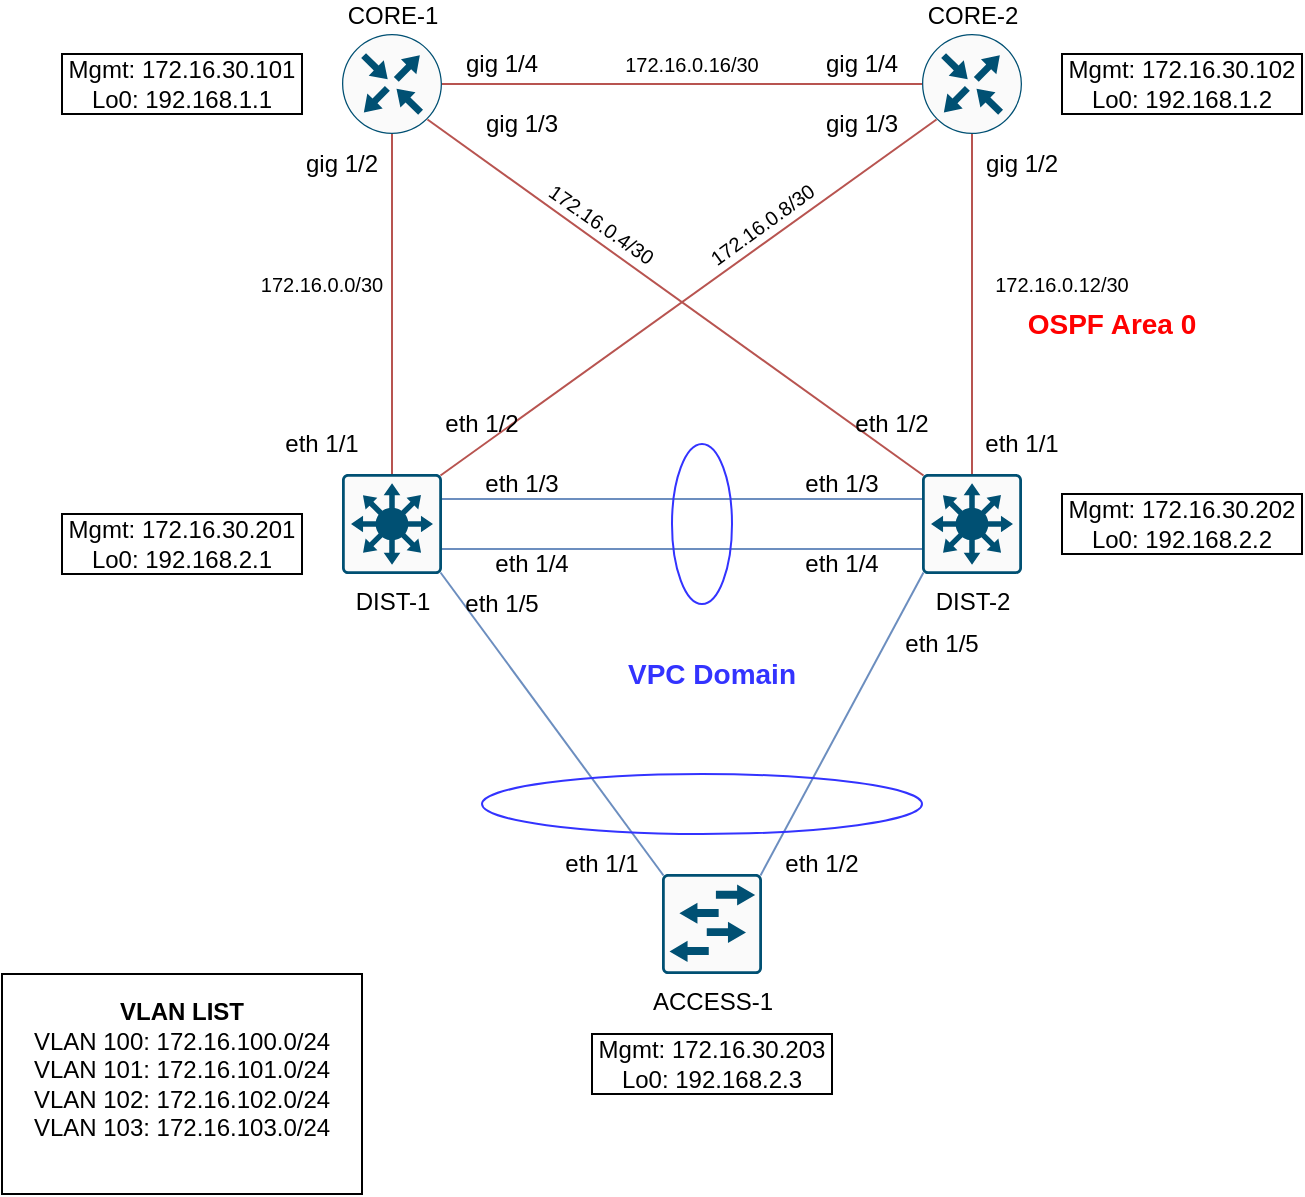
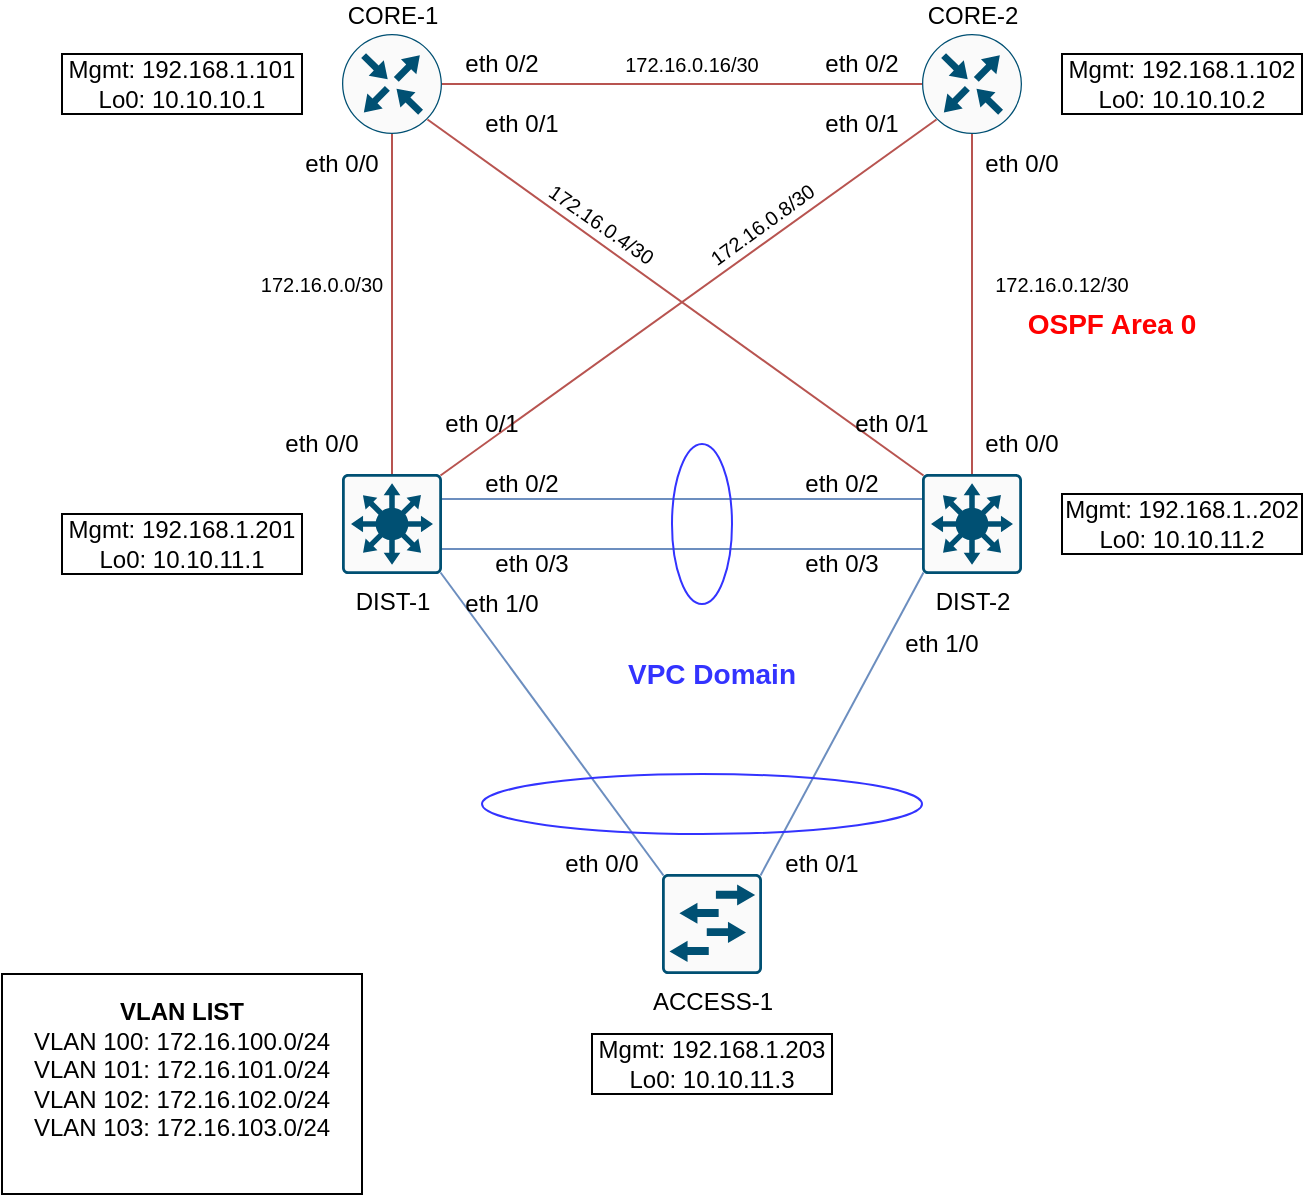
- <mxfile host="app.diagrams.net" agent="Mozilla/5.0 (Windows NT 10.0; Win64; x64) AppleWebKit/537.36 (KHTML, like Gecko) Chrome/130.0.0.0 Safari/537.36" version="24.8.4">
+ <mxfile host="app.diagrams.net" agent="Mozilla/5.0 (X11; Linux x86_64) AppleWebKit/537.36 (KHTML, like Gecko) Chrome/131.0.0.0 Safari/537.36" version="25.0.3">
  <diagram name="Page-1" id="4BYa5yZbGkvH9N0dBT2w">
-     <mxGraphModel dx="1024" dy="1421" grid="1" gridSize="10" guides="1" tooltips="1" connect="1" arrows="1" fold="1" page="1" pageScale="1" pageWidth="850" pageHeight="1100" math="0" shadow="0">
+     <mxGraphModel dx="941" dy="606" grid="1" gridSize="10" guides="1" tooltips="1" connect="1" arrows="1" fold="1" page="1" pageScale="1" pageWidth="850" pageHeight="1100" math="0" shadow="0">
      <root>
        <mxCell id="0" />
        <mxCell id="1" parent="0" />
-         <mxCell id="VgWjdltkXeW0QCdWLJUV-1" value="CORE-1" style="sketch=0;points=[[0.5,0,0],[1,0.5,0],[0.5,1,0],[0,0.5,0],[0.145,0.145,0],[0.8555,0.145,0],[0.855,0.8555,0],[0.145,0.855,0]];verticalLabelPosition=top;html=1;verticalAlign=bottom;aspect=fixed;align=center;pointerEvents=1;shape=mxgraph.cisco19.rect;prIcon=router;fillColor=#FAFAFA;strokeColor=#005073;labelPosition=center;" vertex="1" parent="1">
+         <mxCell id="VgWjdltkXeW0QCdWLJUV-1" value="CORE-1" style="sketch=0;points=[[0.5,0,0],[1,0.5,0],[0.5,1,0],[0,0.5,0],[0.145,0.145,0],[0.8555,0.145,0],[0.855,0.8555,0],[0.145,0.855,0]];verticalLabelPosition=top;html=1;verticalAlign=bottom;aspect=fixed;align=center;pointerEvents=1;shape=mxgraph.cisco19.rect;prIcon=router;fillColor=#FAFAFA;strokeColor=#005073;labelPosition=center;" parent="1" vertex="1">
          <mxGeometry x="230" y="230" width="50" height="50" as="geometry" />
        </mxCell>
-         <mxCell id="VgWjdltkXeW0QCdWLJUV-2" value="CORE-2" style="sketch=0;points=[[0.5,0,0],[1,0.5,0],[0.5,1,0],[0,0.5,0],[0.145,0.145,0],[0.8555,0.145,0],[0.855,0.8555,0],[0.145,0.855,0]];verticalLabelPosition=top;html=1;verticalAlign=bottom;aspect=fixed;align=center;pointerEvents=1;shape=mxgraph.cisco19.rect;prIcon=router;fillColor=#FAFAFA;strokeColor=#005073;labelPosition=center;" vertex="1" parent="1">
+         <mxCell id="VgWjdltkXeW0QCdWLJUV-2" value="CORE-2" style="sketch=0;points=[[0.5,0,0],[1,0.5,0],[0.5,1,0],[0,0.5,0],[0.145,0.145,0],[0.8555,0.145,0],[0.855,0.8555,0],[0.145,0.855,0]];verticalLabelPosition=top;html=1;verticalAlign=bottom;aspect=fixed;align=center;pointerEvents=1;shape=mxgraph.cisco19.rect;prIcon=router;fillColor=#FAFAFA;strokeColor=#005073;labelPosition=center;" parent="1" vertex="1">
          <mxGeometry x="520" y="230" width="50" height="50" as="geometry" />
        </mxCell>
-         <mxCell id="VgWjdltkXeW0QCdWLJUV-3" value="DIST-1" style="sketch=0;points=[[0.015,0.015,0],[0.985,0.015,0],[0.985,0.985,0],[0.015,0.985,0],[0.25,0,0],[0.5,0,0],[0.75,0,0],[1,0.25,0],[1,0.5,0],[1,0.75,0],[0.75,1,0],[0.5,1,0],[0.25,1,0],[0,0.75,0],[0,0.5,0],[0,0.25,0]];verticalLabelPosition=bottom;html=1;verticalAlign=top;aspect=fixed;align=center;pointerEvents=1;shape=mxgraph.cisco19.rect;prIcon=l3_switch;fillColor=#FAFAFA;strokeColor=#005073;" vertex="1" parent="1">
+         <mxCell id="VgWjdltkXeW0QCdWLJUV-3" value="DIST-1" style="sketch=0;points=[[0.015,0.015,0],[0.985,0.015,0],[0.985,0.985,0],[0.015,0.985,0],[0.25,0,0],[0.5,0,0],[0.75,0,0],[1,0.25,0],[1,0.5,0],[1,0.75,0],[0.75,1,0],[0.5,1,0],[0.25,1,0],[0,0.75,0],[0,0.5,0],[0,0.25,0]];verticalLabelPosition=bottom;html=1;verticalAlign=top;aspect=fixed;align=center;pointerEvents=1;shape=mxgraph.cisco19.rect;prIcon=l3_switch;fillColor=#FAFAFA;strokeColor=#005073;" parent="1" vertex="1">
          <mxGeometry x="230" y="450" width="50" height="50" as="geometry" />
        </mxCell>
-         <mxCell id="VgWjdltkXeW0QCdWLJUV-4" value="DIST-2" style="sketch=0;points=[[0.015,0.015,0],[0.985,0.015,0],[0.985,0.985,0],[0.015,0.985,0],[0.25,0,0],[0.5,0,0],[0.75,0,0],[1,0.25,0],[1,0.5,0],[1,0.75,0],[0.75,1,0],[0.5,1,0],[0.25,1,0],[0,0.75,0],[0,0.5,0],[0,0.25,0]];verticalLabelPosition=bottom;html=1;verticalAlign=top;aspect=fixed;align=center;pointerEvents=1;shape=mxgraph.cisco19.rect;prIcon=l3_switch;fillColor=#FAFAFA;strokeColor=#005073;" vertex="1" parent="1">
+         <mxCell id="VgWjdltkXeW0QCdWLJUV-4" value="DIST-2" style="sketch=0;points=[[0.015,0.015,0],[0.985,0.015,0],[0.985,0.985,0],[0.015,0.985,0],[0.25,0,0],[0.5,0,0],[0.75,0,0],[1,0.25,0],[1,0.5,0],[1,0.75,0],[0.75,1,0],[0.5,1,0],[0.25,1,0],[0,0.75,0],[0,0.5,0],[0,0.25,0]];verticalLabelPosition=bottom;html=1;verticalAlign=top;aspect=fixed;align=center;pointerEvents=1;shape=mxgraph.cisco19.rect;prIcon=l3_switch;fillColor=#FAFAFA;strokeColor=#005073;" parent="1" vertex="1">
          <mxGeometry x="520" y="450" width="50" height="50" as="geometry" />
        </mxCell>
-         <mxCell id="VgWjdltkXeW0QCdWLJUV-5" value="ACCESS-1" style="sketch=0;points=[[0.015,0.015,0],[0.985,0.015,0],[0.985,0.985,0],[0.015,0.985,0],[0.25,0,0],[0.5,0,0],[0.75,0,0],[1,0.25,0],[1,0.5,0],[1,0.75,0],[0.75,1,0],[0.5,1,0],[0.25,1,0],[0,0.75,0],[0,0.5,0],[0,0.25,0]];verticalLabelPosition=bottom;html=1;verticalAlign=top;aspect=fixed;align=center;pointerEvents=1;shape=mxgraph.cisco19.rect;prIcon=l2_switch;fillColor=#FAFAFA;strokeColor=#005073;" vertex="1" parent="1">
+         <mxCell id="VgWjdltkXeW0QCdWLJUV-5" value="ACCESS-1" style="sketch=0;points=[[0.015,0.015,0],[0.985,0.015,0],[0.985,0.985,0],[0.015,0.985,0],[0.25,0,0],[0.5,0,0],[0.75,0,0],[1,0.25,0],[1,0.5,0],[1,0.75,0],[0.75,1,0],[0.5,1,0],[0.25,1,0],[0,0.75,0],[0,0.5,0],[0,0.25,0]];verticalLabelPosition=bottom;html=1;verticalAlign=top;aspect=fixed;align=center;pointerEvents=1;shape=mxgraph.cisco19.rect;prIcon=l2_switch;fillColor=#FAFAFA;strokeColor=#005073;" parent="1" vertex="1">
          <mxGeometry x="390" y="650" width="50" height="50" as="geometry" />
        </mxCell>
-         <mxCell id="VgWjdltkXeW0QCdWLJUV-6" value="Mgmt: 172.16.30.101&lt;div&gt;Lo0: 192.168.1.1&lt;/div&gt;" style="text;html=1;align=center;verticalAlign=middle;whiteSpace=wrap;rounded=0;strokeColor=default;" vertex="1" parent="1">
+         <mxCell id="VgWjdltkXeW0QCdWLJUV-6" value="Mgmt: 192.168.1.101&lt;div&gt;Lo0: 10.10.10.1&lt;/div&gt;" style="text;html=1;align=center;verticalAlign=middle;whiteSpace=wrap;rounded=0;strokeColor=default;" parent="1" vertex="1">
          <mxGeometry x="90" y="240" width="120" height="30" as="geometry" />
        </mxCell>
-         <mxCell id="VgWjdltkXeW0QCdWLJUV-7" value="Mgmt: 172.16.30.102&lt;div&gt;Lo0: 192.168.1.2&lt;/div&gt;" style="text;html=1;align=center;verticalAlign=middle;whiteSpace=wrap;rounded=0;strokeColor=default;" vertex="1" parent="1">
+         <mxCell id="VgWjdltkXeW0QCdWLJUV-7" value="Mgmt: 192.168.1.102&lt;div&gt;Lo0: 10.10.10.2&lt;/div&gt;" style="text;html=1;align=center;verticalAlign=middle;whiteSpace=wrap;rounded=0;strokeColor=default;" parent="1" vertex="1">
          <mxGeometry x="590" y="240" width="120" height="30" as="geometry" />
        </mxCell>
-         <mxCell id="VgWjdltkXeW0QCdWLJUV-8" value="Mgmt: 172.16.30.201&lt;div&gt;Lo0: 192.168.2.1&lt;/div&gt;" style="text;html=1;align=center;verticalAlign=middle;whiteSpace=wrap;rounded=0;strokeColor=default;" vertex="1" parent="1">
+         <mxCell id="VgWjdltkXeW0QCdWLJUV-8" value="Mgmt: 192.168.1.201&lt;div&gt;Lo0: 10.10.11.1&lt;/div&gt;" style="text;html=1;align=center;verticalAlign=middle;whiteSpace=wrap;rounded=0;strokeColor=default;" parent="1" vertex="1">
          <mxGeometry x="90" y="470" width="120" height="30" as="geometry" />
        </mxCell>
-         <mxCell id="VgWjdltkXeW0QCdWLJUV-9" value="Mgmt: 172.16.30.202&lt;div&gt;Lo0: 192.168.2.2&lt;/div&gt;" style="text;html=1;align=center;verticalAlign=middle;whiteSpace=wrap;rounded=0;strokeColor=default;" vertex="1" parent="1">
+         <mxCell id="VgWjdltkXeW0QCdWLJUV-9" value="Mgmt: 192.168.1..202&lt;div&gt;Lo0: 10.10.11.2&lt;/div&gt;" style="text;html=1;align=center;verticalAlign=middle;whiteSpace=wrap;rounded=0;strokeColor=default;" parent="1" vertex="1">
          <mxGeometry x="590" y="460" width="120" height="30" as="geometry" />
        </mxCell>
-         <mxCell id="VgWjdltkXeW0QCdWLJUV-10" value="Mgmt: 172.16.30.203&lt;div&gt;Lo0: 192.168.2.3&lt;/div&gt;" style="text;html=1;align=center;verticalAlign=middle;whiteSpace=wrap;rounded=0;strokeColor=default;" vertex="1" parent="1">
+         <mxCell id="VgWjdltkXeW0QCdWLJUV-10" value="Mgmt: 192.168.1.203&lt;div&gt;Lo0: 10.10.11.3&lt;/div&gt;" style="text;html=1;align=center;verticalAlign=middle;whiteSpace=wrap;rounded=0;strokeColor=default;" parent="1" vertex="1">
          <mxGeometry x="355" y="730" width="120" height="30" as="geometry" />
        </mxCell>
-         <mxCell id="VgWjdltkXeW0QCdWLJUV-11" value="&lt;b&gt;VLAN LIST&lt;/b&gt;&lt;div&gt;VLAN 100: 172.16.100.0/24&lt;/div&gt;&lt;div&gt;VLAN 101: 172.16.101.0/24&lt;/div&gt;&lt;div&gt;VLAN 102: 172.16.102.0/24&lt;/div&gt;&lt;div&gt;VLAN 103: 172.16.103.0/24&lt;br&gt;&lt;div&gt;&lt;br&gt;&lt;/div&gt;&lt;/div&gt;" style="text;html=1;align=center;verticalAlign=middle;whiteSpace=wrap;rounded=0;strokeColor=default;" vertex="1" parent="1">
+         <mxCell id="VgWjdltkXeW0QCdWLJUV-11" value="&lt;b&gt;VLAN LIST&lt;/b&gt;&lt;div&gt;VLAN 100: 172.16.100.0/24&lt;/div&gt;&lt;div&gt;VLAN 101: 172.16.101.0/24&lt;/div&gt;&lt;div&gt;VLAN 102: 172.16.102.0/24&lt;/div&gt;&lt;div&gt;VLAN 103: 172.16.103.0/24&lt;br&gt;&lt;div&gt;&lt;br&gt;&lt;/div&gt;&lt;/div&gt;" style="text;html=1;align=center;verticalAlign=middle;whiteSpace=wrap;rounded=0;strokeColor=default;" parent="1" vertex="1">
          <mxGeometry x="60" y="700" width="180" height="110" as="geometry" />
        </mxCell>
-         <mxCell id="VgWjdltkXeW0QCdWLJUV-12" style="edgeStyle=orthogonalEdgeStyle;rounded=0;orthogonalLoop=1;jettySize=auto;html=1;exitX=1;exitY=0.5;exitDx=0;exitDy=0;exitPerimeter=0;entryX=0;entryY=0.5;entryDx=0;entryDy=0;entryPerimeter=0;endArrow=none;endFill=0;fillColor=#f8cecc;strokeColor=#b85450;" edge="1" parent="1" source="VgWjdltkXeW0QCdWLJUV-1" target="VgWjdltkXeW0QCdWLJUV-2">
+         <mxCell id="VgWjdltkXeW0QCdWLJUV-12" style="edgeStyle=orthogonalEdgeStyle;rounded=0;orthogonalLoop=1;jettySize=auto;html=1;exitX=1;exitY=0.5;exitDx=0;exitDy=0;exitPerimeter=0;entryX=0;entryY=0.5;entryDx=0;entryDy=0;entryPerimeter=0;endArrow=none;endFill=0;fillColor=#f8cecc;strokeColor=#b85450;" parent="1" source="VgWjdltkXeW0QCdWLJUV-1" target="VgWjdltkXeW0QCdWLJUV-2" edge="1">
          <mxGeometry relative="1" as="geometry" />
        </mxCell>
-         <mxCell id="VgWjdltkXeW0QCdWLJUV-13" style="rounded=0;orthogonalLoop=1;jettySize=auto;html=1;exitX=0.855;exitY=0.8555;exitDx=0;exitDy=0;exitPerimeter=0;entryX=0.015;entryY=0.015;entryDx=0;entryDy=0;entryPerimeter=0;endArrow=none;endFill=0;fillColor=#f8cecc;strokeColor=#b85450;" edge="1" parent="1" source="VgWjdltkXeW0QCdWLJUV-1" target="VgWjdltkXeW0QCdWLJUV-4">
+         <mxCell id="VgWjdltkXeW0QCdWLJUV-13" style="rounded=0;orthogonalLoop=1;jettySize=auto;html=1;exitX=0.855;exitY=0.8555;exitDx=0;exitDy=0;exitPerimeter=0;entryX=0.015;entryY=0.015;entryDx=0;entryDy=0;entryPerimeter=0;endArrow=none;endFill=0;fillColor=#f8cecc;strokeColor=#b85450;" parent="1" source="VgWjdltkXeW0QCdWLJUV-1" target="VgWjdltkXeW0QCdWLJUV-4" edge="1">
          <mxGeometry relative="1" as="geometry" />
        </mxCell>
-         <mxCell id="VgWjdltkXeW0QCdWLJUV-14" style="rounded=0;orthogonalLoop=1;jettySize=auto;html=1;exitX=0.145;exitY=0.855;exitDx=0;exitDy=0;exitPerimeter=0;entryX=0.985;entryY=0.015;entryDx=0;entryDy=0;entryPerimeter=0;endArrow=none;endFill=0;fillColor=#f8cecc;strokeColor=#b85450;" edge="1" parent="1" source="VgWjdltkXeW0QCdWLJUV-2" target="VgWjdltkXeW0QCdWLJUV-3">
+         <mxCell id="VgWjdltkXeW0QCdWLJUV-14" style="rounded=0;orthogonalLoop=1;jettySize=auto;html=1;exitX=0.145;exitY=0.855;exitDx=0;exitDy=0;exitPerimeter=0;entryX=0.985;entryY=0.015;entryDx=0;entryDy=0;entryPerimeter=0;endArrow=none;endFill=0;fillColor=#f8cecc;strokeColor=#b85450;" parent="1" source="VgWjdltkXeW0QCdWLJUV-2" target="VgWjdltkXeW0QCdWLJUV-3" edge="1">
          <mxGeometry relative="1" as="geometry" />
        </mxCell>
-         <mxCell id="VgWjdltkXeW0QCdWLJUV-15" style="edgeStyle=orthogonalEdgeStyle;rounded=0;orthogonalLoop=1;jettySize=auto;html=1;exitX=0.5;exitY=1;exitDx=0;exitDy=0;exitPerimeter=0;entryX=0.5;entryY=0;entryDx=0;entryDy=0;entryPerimeter=0;endArrow=none;endFill=0;fillColor=#f8cecc;strokeColor=#b85450;" edge="1" parent="1" source="VgWjdltkXeW0QCdWLJUV-1" target="VgWjdltkXeW0QCdWLJUV-3">
+         <mxCell id="VgWjdltkXeW0QCdWLJUV-15" style="edgeStyle=orthogonalEdgeStyle;rounded=0;orthogonalLoop=1;jettySize=auto;html=1;exitX=0.5;exitY=1;exitDx=0;exitDy=0;exitPerimeter=0;entryX=0.5;entryY=0;entryDx=0;entryDy=0;entryPerimeter=0;endArrow=none;endFill=0;fillColor=#f8cecc;strokeColor=#b85450;" parent="1" source="VgWjdltkXeW0QCdWLJUV-1" target="VgWjdltkXeW0QCdWLJUV-3" edge="1">
          <mxGeometry relative="1" as="geometry" />
        </mxCell>
-         <mxCell id="VgWjdltkXeW0QCdWLJUV-16" style="edgeStyle=orthogonalEdgeStyle;rounded=0;orthogonalLoop=1;jettySize=auto;html=1;exitX=0.5;exitY=1;exitDx=0;exitDy=0;exitPerimeter=0;entryX=0.5;entryY=0;entryDx=0;entryDy=0;entryPerimeter=0;endArrow=none;endFill=0;fillColor=#f8cecc;strokeColor=#b85450;" edge="1" parent="1" source="VgWjdltkXeW0QCdWLJUV-2" target="VgWjdltkXeW0QCdWLJUV-4">
+         <mxCell id="VgWjdltkXeW0QCdWLJUV-16" style="edgeStyle=orthogonalEdgeStyle;rounded=0;orthogonalLoop=1;jettySize=auto;html=1;exitX=0.5;exitY=1;exitDx=0;exitDy=0;exitPerimeter=0;entryX=0.5;entryY=0;entryDx=0;entryDy=0;entryPerimeter=0;endArrow=none;endFill=0;fillColor=#f8cecc;strokeColor=#b85450;" parent="1" source="VgWjdltkXeW0QCdWLJUV-2" target="VgWjdltkXeW0QCdWLJUV-4" edge="1">
          <mxGeometry relative="1" as="geometry" />
        </mxCell>
-         <mxCell id="VgWjdltkXeW0QCdWLJUV-17" style="edgeStyle=orthogonalEdgeStyle;rounded=0;orthogonalLoop=1;jettySize=auto;html=1;exitX=1;exitY=0.25;exitDx=0;exitDy=0;exitPerimeter=0;entryX=0;entryY=0.25;entryDx=0;entryDy=0;entryPerimeter=0;endArrow=none;endFill=0;fillColor=#dae8fc;strokeColor=#6c8ebf;" edge="1" parent="1" source="VgWjdltkXeW0QCdWLJUV-3" target="VgWjdltkXeW0QCdWLJUV-4">
+         <mxCell id="VgWjdltkXeW0QCdWLJUV-17" style="edgeStyle=orthogonalEdgeStyle;rounded=0;orthogonalLoop=1;jettySize=auto;html=1;exitX=1;exitY=0.25;exitDx=0;exitDy=0;exitPerimeter=0;entryX=0;entryY=0.25;entryDx=0;entryDy=0;entryPerimeter=0;endArrow=none;endFill=0;fillColor=#dae8fc;strokeColor=#6c8ebf;" parent="1" source="VgWjdltkXeW0QCdWLJUV-3" target="VgWjdltkXeW0QCdWLJUV-4" edge="1">
          <mxGeometry relative="1" as="geometry" />
        </mxCell>
-         <mxCell id="VgWjdltkXeW0QCdWLJUV-18" style="edgeStyle=orthogonalEdgeStyle;rounded=0;orthogonalLoop=1;jettySize=auto;html=1;exitX=1;exitY=0.75;exitDx=0;exitDy=0;exitPerimeter=0;entryX=0;entryY=0.75;entryDx=0;entryDy=0;entryPerimeter=0;endArrow=none;endFill=0;fillColor=#dae8fc;strokeColor=#6c8ebf;" edge="1" parent="1" source="VgWjdltkXeW0QCdWLJUV-3" target="VgWjdltkXeW0QCdWLJUV-4">
+         <mxCell id="VgWjdltkXeW0QCdWLJUV-18" style="edgeStyle=orthogonalEdgeStyle;rounded=0;orthogonalLoop=1;jettySize=auto;html=1;exitX=1;exitY=0.75;exitDx=0;exitDy=0;exitPerimeter=0;entryX=0;entryY=0.75;entryDx=0;entryDy=0;entryPerimeter=0;endArrow=none;endFill=0;fillColor=#dae8fc;strokeColor=#6c8ebf;" parent="1" source="VgWjdltkXeW0QCdWLJUV-3" target="VgWjdltkXeW0QCdWLJUV-4" edge="1">
          <mxGeometry relative="1" as="geometry" />
        </mxCell>
-         <mxCell id="VgWjdltkXeW0QCdWLJUV-19" style="rounded=0;orthogonalLoop=1;jettySize=auto;html=1;exitX=0.985;exitY=0.985;exitDx=0;exitDy=0;exitPerimeter=0;entryX=0.015;entryY=0.015;entryDx=0;entryDy=0;entryPerimeter=0;endArrow=none;endFill=0;fillColor=#dae8fc;strokeColor=#6c8ebf;" edge="1" parent="1" source="VgWjdltkXeW0QCdWLJUV-3" target="VgWjdltkXeW0QCdWLJUV-5">
+         <mxCell id="VgWjdltkXeW0QCdWLJUV-19" style="rounded=0;orthogonalLoop=1;jettySize=auto;html=1;exitX=0.985;exitY=0.985;exitDx=0;exitDy=0;exitPerimeter=0;entryX=0.015;entryY=0.015;entryDx=0;entryDy=0;entryPerimeter=0;endArrow=none;endFill=0;fillColor=#dae8fc;strokeColor=#6c8ebf;" parent="1" source="VgWjdltkXeW0QCdWLJUV-3" target="VgWjdltkXeW0QCdWLJUV-5" edge="1">
          <mxGeometry relative="1" as="geometry" />
        </mxCell>
-         <mxCell id="VgWjdltkXeW0QCdWLJUV-20" style="rounded=0;orthogonalLoop=1;jettySize=auto;html=1;exitX=0.015;exitY=0.985;exitDx=0;exitDy=0;exitPerimeter=0;entryX=0.985;entryY=0.015;entryDx=0;entryDy=0;entryPerimeter=0;endArrow=none;endFill=0;fillColor=#dae8fc;strokeColor=#6c8ebf;" edge="1" parent="1" source="VgWjdltkXeW0QCdWLJUV-4" target="VgWjdltkXeW0QCdWLJUV-5">
+         <mxCell id="VgWjdltkXeW0QCdWLJUV-20" style="rounded=0;orthogonalLoop=1;jettySize=auto;html=1;exitX=0.015;exitY=0.985;exitDx=0;exitDy=0;exitPerimeter=0;entryX=0.985;entryY=0.015;entryDx=0;entryDy=0;entryPerimeter=0;endArrow=none;endFill=0;fillColor=#dae8fc;strokeColor=#6c8ebf;" parent="1" source="VgWjdltkXeW0QCdWLJUV-4" target="VgWjdltkXeW0QCdWLJUV-5" edge="1">
          <mxGeometry relative="1" as="geometry" />
        </mxCell>
-         <mxCell id="VgWjdltkXeW0QCdWLJUV-21" value="OSPF Area 0" style="text;html=1;align=center;verticalAlign=middle;whiteSpace=wrap;rounded=0;fontSize=14;fontStyle=1;fontColor=#FF0000;" vertex="1" parent="1">
+         <mxCell id="VgWjdltkXeW0QCdWLJUV-21" value="OSPF Area 0" style="text;html=1;align=center;verticalAlign=middle;whiteSpace=wrap;rounded=0;fontSize=14;fontStyle=1;fontColor=#FF0000;" parent="1" vertex="1">
          <mxGeometry x="570" y="360" width="90" height="30" as="geometry" />
        </mxCell>
-         <mxCell id="VgWjdltkXeW0QCdWLJUV-23" value="" style="ellipse;whiteSpace=wrap;html=1;rotation=90;movable=1;resizable=1;rotatable=1;deletable=1;editable=1;locked=0;connectable=1;points=[];strokeColor=#3333FF;fillColor=none;" vertex="1" parent="1">
+         <mxCell id="VgWjdltkXeW0QCdWLJUV-23" value="" style="ellipse;whiteSpace=wrap;html=1;rotation=90;movable=1;resizable=1;rotatable=1;deletable=1;editable=1;locked=0;connectable=1;points=[];strokeColor=#3333FF;fillColor=none;" parent="1" vertex="1">
          <mxGeometry x="370" y="460" width="80" height="30" as="geometry" />
        </mxCell>
-         <mxCell id="VgWjdltkXeW0QCdWLJUV-22" value="&lt;font color=&quot;#3333ff&quot;&gt;VPC Domain&lt;/font&gt;" style="text;html=1;align=center;verticalAlign=middle;whiteSpace=wrap;rounded=0;fontSize=14;fontStyle=1;fontColor=#FF0000;" vertex="1" parent="1">
+         <mxCell id="VgWjdltkXeW0QCdWLJUV-22" value="&lt;font color=&quot;#3333ff&quot;&gt;VPC Domain&lt;/font&gt;" style="text;html=1;align=center;verticalAlign=middle;whiteSpace=wrap;rounded=0;fontSize=14;fontStyle=1;fontColor=#FF0000;" parent="1" vertex="1">
          <mxGeometry x="370" y="535" width="90" height="30" as="geometry" />
        </mxCell>
-         <mxCell id="VgWjdltkXeW0QCdWLJUV-26" value="" style="ellipse;whiteSpace=wrap;html=1;rotation=0;movable=1;resizable=1;rotatable=1;deletable=1;editable=1;locked=0;connectable=1;points=[];strokeColor=#3333FF;fillColor=none;" vertex="1" parent="1">
+         <mxCell id="VgWjdltkXeW0QCdWLJUV-26" value="" style="ellipse;whiteSpace=wrap;html=1;rotation=0;movable=1;resizable=1;rotatable=1;deletable=1;editable=1;locked=0;connectable=1;points=[];strokeColor=#3333FF;fillColor=none;" parent="1" vertex="1">
          <mxGeometry x="300" y="600" width="220" height="30" as="geometry" />
        </mxCell>
-         <mxCell id="VgWjdltkXeW0QCdWLJUV-27" value="gig 1/4" style="text;html=1;align=center;verticalAlign=middle;whiteSpace=wrap;rounded=0;" vertex="1" parent="1">
+         <mxCell id="VgWjdltkXeW0QCdWLJUV-27" value="eth 0/2" style="text;html=1;align=center;verticalAlign=middle;whiteSpace=wrap;rounded=0;" parent="1" vertex="1">
          <mxGeometry x="280" y="230" width="60" height="30" as="geometry" />
        </mxCell>
-         <mxCell id="VgWjdltkXeW0QCdWLJUV-28" value="gig 1/4" style="text;html=1;align=center;verticalAlign=middle;whiteSpace=wrap;rounded=0;" vertex="1" parent="1">
+         <mxCell id="VgWjdltkXeW0QCdWLJUV-28" value="eth 0/2" style="text;html=1;align=center;verticalAlign=middle;whiteSpace=wrap;rounded=0;" parent="1" vertex="1">
          <mxGeometry x="460" y="230" width="60" height="30" as="geometry" />
        </mxCell>
-         <mxCell id="VgWjdltkXeW0QCdWLJUV-29" value="gig 1/3" style="text;html=1;align=center;verticalAlign=middle;whiteSpace=wrap;rounded=0;" vertex="1" parent="1">
+         <mxCell id="VgWjdltkXeW0QCdWLJUV-29" value="eth 0/1" style="text;html=1;align=center;verticalAlign=middle;whiteSpace=wrap;rounded=0;" parent="1" vertex="1">
          <mxGeometry x="460" y="260" width="60" height="30" as="geometry" />
        </mxCell>
-         <mxCell id="VgWjdltkXeW0QCdWLJUV-30" value="gig 1/3" style="text;html=1;align=center;verticalAlign=middle;whiteSpace=wrap;rounded=0;" vertex="1" parent="1">
+         <mxCell id="VgWjdltkXeW0QCdWLJUV-30" value="eth 0/1" style="text;html=1;align=center;verticalAlign=middle;whiteSpace=wrap;rounded=0;" parent="1" vertex="1">
          <mxGeometry x="290" y="260" width="60" height="30" as="geometry" />
        </mxCell>
-         <mxCell id="VgWjdltkXeW0QCdWLJUV-31" value="gig 1/2" style="text;html=1;align=center;verticalAlign=middle;whiteSpace=wrap;rounded=0;" vertex="1" parent="1">
+         <mxCell id="VgWjdltkXeW0QCdWLJUV-31" value="eth 0/0" style="text;html=1;align=center;verticalAlign=middle;whiteSpace=wrap;rounded=0;" parent="1" vertex="1">
          <mxGeometry x="200" y="280" width="60" height="30" as="geometry" />
        </mxCell>
-         <mxCell id="VgWjdltkXeW0QCdWLJUV-32" value="gig 1/2" style="text;html=1;align=center;verticalAlign=middle;whiteSpace=wrap;rounded=0;" vertex="1" parent="1">
+         <mxCell id="VgWjdltkXeW0QCdWLJUV-32" value="eth 0/0" style="text;html=1;align=center;verticalAlign=middle;whiteSpace=wrap;rounded=0;" parent="1" vertex="1">
          <mxGeometry x="540" y="280" width="60" height="30" as="geometry" />
        </mxCell>
-         <mxCell id="VgWjdltkXeW0QCdWLJUV-34" value="eth 1/2" style="text;html=1;align=center;verticalAlign=middle;whiteSpace=wrap;rounded=0;" vertex="1" parent="1">
+         <mxCell id="VgWjdltkXeW0QCdWLJUV-34" value="eth 0/1" style="text;html=1;align=center;verticalAlign=middle;whiteSpace=wrap;rounded=0;" parent="1" vertex="1">
          <mxGeometry x="270" y="410" width="60" height="30" as="geometry" />
        </mxCell>
-         <mxCell id="VgWjdltkXeW0QCdWLJUV-35" value="eth 1/4" style="text;html=1;align=center;verticalAlign=middle;whiteSpace=wrap;rounded=0;" vertex="1" parent="1">
+         <mxCell id="VgWjdltkXeW0QCdWLJUV-35" value="eth 0/3" style="text;html=1;align=center;verticalAlign=middle;whiteSpace=wrap;rounded=0;" parent="1" vertex="1">
          <mxGeometry x="295" y="480" width="60" height="30" as="geometry" />
        </mxCell>
-         <mxCell id="VgWjdltkXeW0QCdWLJUV-37" value="eth 1/1" style="text;html=1;align=center;verticalAlign=middle;whiteSpace=wrap;rounded=0;" vertex="1" parent="1">
+         <mxCell id="VgWjdltkXeW0QCdWLJUV-37" value="eth 0/0" style="text;html=1;align=center;verticalAlign=middle;whiteSpace=wrap;rounded=0;" parent="1" vertex="1">
          <mxGeometry x="190" y="420" width="60" height="30" as="geometry" />
        </mxCell>
-         <mxCell id="VgWjdltkXeW0QCdWLJUV-38" value="eth 1/3" style="text;html=1;align=center;verticalAlign=middle;whiteSpace=wrap;rounded=0;" vertex="1" parent="1">
+         <mxCell id="VgWjdltkXeW0QCdWLJUV-38" value="eth 0/2" style="text;html=1;align=center;verticalAlign=middle;whiteSpace=wrap;rounded=0;" parent="1" vertex="1">
          <mxGeometry x="290" y="440" width="60" height="30" as="geometry" />
        </mxCell>
-         <mxCell id="VgWjdltkXeW0QCdWLJUV-39" value="eth 1/5" style="text;html=1;align=center;verticalAlign=middle;whiteSpace=wrap;rounded=0;" vertex="1" parent="1">
+         <mxCell id="VgWjdltkXeW0QCdWLJUV-39" value="eth 1/0" style="text;html=1;align=center;verticalAlign=middle;whiteSpace=wrap;rounded=0;" parent="1" vertex="1">
          <mxGeometry x="280" y="500" width="60" height="30" as="geometry" />
        </mxCell>
-         <mxCell id="VgWjdltkXeW0QCdWLJUV-40" value="eth 1/1" style="text;html=1;align=center;verticalAlign=middle;whiteSpace=wrap;rounded=0;" vertex="1" parent="1">
+         <mxCell id="VgWjdltkXeW0QCdWLJUV-40" value="eth 0/0" style="text;html=1;align=center;verticalAlign=middle;whiteSpace=wrap;rounded=0;" parent="1" vertex="1">
          <mxGeometry x="540" y="420" width="60" height="30" as="geometry" />
        </mxCell>
-         <mxCell id="VgWjdltkXeW0QCdWLJUV-41" value="eth 1/2" style="text;html=1;align=center;verticalAlign=middle;whiteSpace=wrap;rounded=0;" vertex="1" parent="1">
+         <mxCell id="VgWjdltkXeW0QCdWLJUV-41" value="eth 0/1" style="text;html=1;align=center;verticalAlign=middle;whiteSpace=wrap;rounded=0;" parent="1" vertex="1">
          <mxGeometry x="475" y="410" width="60" height="30" as="geometry" />
        </mxCell>
-         <mxCell id="VgWjdltkXeW0QCdWLJUV-42" value="eth 1/3" style="text;html=1;align=center;verticalAlign=middle;whiteSpace=wrap;rounded=0;" vertex="1" parent="1">
+         <mxCell id="VgWjdltkXeW0QCdWLJUV-42" value="eth 0/2" style="text;html=1;align=center;verticalAlign=middle;whiteSpace=wrap;rounded=0;" parent="1" vertex="1">
          <mxGeometry x="450" y="440" width="60" height="30" as="geometry" />
        </mxCell>
-         <mxCell id="VgWjdltkXeW0QCdWLJUV-43" value="eth 1/5" style="text;html=1;align=center;verticalAlign=middle;whiteSpace=wrap;rounded=0;" vertex="1" parent="1">
+         <mxCell id="VgWjdltkXeW0QCdWLJUV-43" value="eth 1/0" style="text;html=1;align=center;verticalAlign=middle;whiteSpace=wrap;rounded=0;" parent="1" vertex="1">
          <mxGeometry x="500" y="520" width="60" height="30" as="geometry" />
        </mxCell>
-         <mxCell id="VgWjdltkXeW0QCdWLJUV-44" value="eth 1/4" style="text;html=1;align=center;verticalAlign=middle;whiteSpace=wrap;rounded=0;" vertex="1" parent="1">
+         <mxCell id="VgWjdltkXeW0QCdWLJUV-44" value="eth 0/3" style="text;html=1;align=center;verticalAlign=middle;whiteSpace=wrap;rounded=0;" parent="1" vertex="1">
          <mxGeometry x="450" y="480" width="60" height="30" as="geometry" />
        </mxCell>
-         <mxCell id="VgWjdltkXeW0QCdWLJUV-45" value="eth 1/1" style="text;html=1;align=center;verticalAlign=middle;whiteSpace=wrap;rounded=0;" vertex="1" parent="1">
+         <mxCell id="VgWjdltkXeW0QCdWLJUV-45" value="eth 0/0" style="text;html=1;align=center;verticalAlign=middle;whiteSpace=wrap;rounded=0;" parent="1" vertex="1">
          <mxGeometry x="330" y="630" width="60" height="30" as="geometry" />
        </mxCell>
-         <mxCell id="VgWjdltkXeW0QCdWLJUV-46" value="eth 1/2" style="text;html=1;align=center;verticalAlign=middle;whiteSpace=wrap;rounded=0;" vertex="1" parent="1">
+         <mxCell id="VgWjdltkXeW0QCdWLJUV-46" value="eth 0/1" style="text;html=1;align=center;verticalAlign=middle;whiteSpace=wrap;rounded=0;" parent="1" vertex="1">
          <mxGeometry x="440" y="630" width="60" height="30" as="geometry" />
        </mxCell>
-         <mxCell id="VgWjdltkXeW0QCdWLJUV-47" value="&lt;div style=&quot;font-size: 10px;&quot;&gt;172.16.0.16/30&lt;/div&gt;" style="text;html=1;align=center;verticalAlign=middle;whiteSpace=wrap;rounded=0;fontSize=10;" vertex="1" parent="1">
+         <mxCell id="VgWjdltkXeW0QCdWLJUV-47" value="&lt;div style=&quot;font-size: 10px;&quot;&gt;172.16.0.16/30&lt;/div&gt;" style="text;html=1;align=center;verticalAlign=middle;whiteSpace=wrap;rounded=0;fontSize=10;" parent="1" vertex="1">
          <mxGeometry x="355" y="230" width="100" height="30" as="geometry" />
        </mxCell>
-         <mxCell id="VgWjdltkXeW0QCdWLJUV-48" value="&lt;div style=&quot;font-size: 10px;&quot;&gt;172.16.0.0/30&lt;/div&gt;" style="text;html=1;align=center;verticalAlign=middle;whiteSpace=wrap;rounded=0;fontSize=10;" vertex="1" parent="1">
+         <mxCell id="VgWjdltkXeW0QCdWLJUV-48" value="&lt;div style=&quot;font-size: 10px;&quot;&gt;172.16.0.0/30&lt;/div&gt;" style="text;html=1;align=center;verticalAlign=middle;whiteSpace=wrap;rounded=0;fontSize=10;" parent="1" vertex="1">
          <mxGeometry x="170" y="340" width="100" height="30" as="geometry" />
        </mxCell>
-         <mxCell id="VgWjdltkXeW0QCdWLJUV-49" value="&lt;div style=&quot;font-size: 10px;&quot;&gt;172.16.0.4/30&lt;/div&gt;" style="text;html=1;align=center;verticalAlign=middle;whiteSpace=wrap;rounded=0;fontSize=10;rotation=35;" vertex="1" parent="1">
+         <mxCell id="VgWjdltkXeW0QCdWLJUV-49" value="&lt;div style=&quot;font-size: 10px;&quot;&gt;172.16.0.4/30&lt;/div&gt;" style="text;html=1;align=center;verticalAlign=middle;whiteSpace=wrap;rounded=0;fontSize=10;rotation=35;" parent="1" vertex="1">
          <mxGeometry x="310" y="310" width="100" height="30" as="geometry" />
        </mxCell>
-         <mxCell id="VgWjdltkXeW0QCdWLJUV-50" value="&lt;div style=&quot;font-size: 10px;&quot;&gt;172.16.0.8/30&lt;/div&gt;" style="text;html=1;align=center;verticalAlign=middle;whiteSpace=wrap;rounded=0;fontSize=10;rotation=-36;" vertex="1" parent="1">
+         <mxCell id="VgWjdltkXeW0QCdWLJUV-50" value="&lt;div style=&quot;font-size: 10px;&quot;&gt;172.16.0.8/30&lt;/div&gt;" style="text;html=1;align=center;verticalAlign=middle;whiteSpace=wrap;rounded=0;fontSize=10;rotation=-36;" parent="1" vertex="1">
          <mxGeometry x="390" y="310" width="100" height="30" as="geometry" />
        </mxCell>
-         <mxCell id="VgWjdltkXeW0QCdWLJUV-52" value="&lt;div style=&quot;font-size: 10px;&quot;&gt;172.16.0.12/30&lt;/div&gt;" style="text;html=1;align=center;verticalAlign=middle;whiteSpace=wrap;rounded=0;fontSize=10;" vertex="1" parent="1">
+         <mxCell id="VgWjdltkXeW0QCdWLJUV-52" value="&lt;div style=&quot;font-size: 10px;&quot;&gt;172.16.0.12/30&lt;/div&gt;" style="text;html=1;align=center;verticalAlign=middle;whiteSpace=wrap;rounded=0;fontSize=10;" parent="1" vertex="1">
          <mxGeometry x="540" y="340" width="100" height="30" as="geometry" />
        </mxCell>
      </root>
    </mxGraphModel>
  </diagram>
</mxfile>
